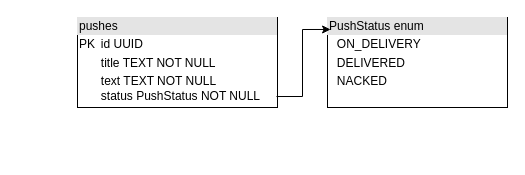
Earlier version of the draw.io diagram docs/diploma-schema.drawio (Arlet2/diploma). Source tidied: cells renumbered, new cells numbered last; positions are measured from the earlier drawing's top-left corner, leaving out a move shared by most shapes. Both pictures are drawn from the tidied source at 100%, with x=0, y=0 at pixel (77, 17).
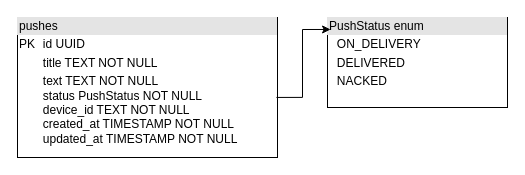
After the change.

Change to the diagram source:
```diff
@@
 <mxGraphModel>
   <root>
     <mxCell id="0" />
     <mxCell id="1" parent="0" />
-    <mxCell id="2" value="&lt;div style=&quot;box-sizing: border-box; width: 100%; background: rgb(228, 228, 228); padding: 2px;&quot;&gt;pushes&lt;/div&gt;&lt;table style=&quot;width:100%;font-size:1em;&quot; cellpadding=&quot;2&quot; cellspacing=&quot;0&quot;&gt;&lt;tbody&gt;&lt;tr&gt;&lt;td&gt;PK&lt;/td&gt;&lt;td&gt;id UUID&lt;/td&gt;&lt;/tr&gt;&lt;tr&gt;&lt;td&gt;&lt;br&gt;&lt;/td&gt;&lt;td&gt;title TEXT NOT NULL&lt;/td&gt;&lt;/tr&gt;&lt;tr&gt;&lt;td&gt;&lt;/td&gt;&lt;td&gt;text TEXT NOT NULL&lt;br&gt;status PushStatus NOT NULL&lt;/td&gt;&lt;/tr&gt;&lt;/tbody&gt;&lt;/table&gt;" style="verticalAlign=top;align=left;overflow=fill;html=1;whiteSpace=wrap;" parent="1" vertex="1">
-      <mxGeometry width="200" height="90" as="geometry" />
+    <mxCell id="2" value="&lt;div style=&quot;box-sizing: border-box; width: 100%; background: rgb(228, 228, 228); padding: 2px;&quot;&gt;pushes&lt;/div&gt;&lt;table style=&quot;width:100%;font-size:1em;&quot; cellpadding=&quot;2&quot; cellspacing=&quot;0&quot;&gt;&lt;tbody&gt;&lt;tr&gt;&lt;td&gt;PK&lt;/td&gt;&lt;td&gt;id UUID&lt;/td&gt;&lt;/tr&gt;&lt;tr&gt;&lt;td&gt;&lt;br&gt;&lt;/td&gt;&lt;td&gt;title TEXT NOT NULL&lt;/td&gt;&lt;/tr&gt;&lt;tr&gt;&lt;td&gt;&lt;/td&gt;&lt;td&gt;text TEXT NOT NULL&lt;br&gt;status PushStatus NOT NULL&lt;br&gt;device_id TEXT NOT NULL&lt;br&gt;created_at TIMESTAMP NOT NULL&lt;br&gt;updated_at TIMESTAMP NOT NULL&lt;/td&gt;&lt;/tr&gt;&lt;/tbody&gt;&lt;/table&gt;" style="verticalAlign=top;align=left;overflow=fill;html=1;whiteSpace=wrap;" parent="1" vertex="1">
+      <mxGeometry x="-60" width="260" height="140" as="geometry" />
     </mxCell>
     <mxCell id="3" value="&lt;div style=&quot;box-sizing: border-box; width: 100%; background: rgb(228, 228, 228); padding: 2px;&quot;&gt;PushStatus enum&lt;/div&gt;&lt;table style=&quot;width:100%;font-size:1em;&quot; cellpadding=&quot;2&quot; cellspacing=&quot;0&quot;&gt;&lt;tbody&gt;&lt;tr&gt;&lt;td&gt;&lt;br&gt;&lt;/td&gt;&lt;td&gt;ON_DELIVERY&lt;/td&gt;&lt;/tr&gt;&lt;tr&gt;&lt;td&gt;&lt;/td&gt;&lt;td&gt;DELIVERED&lt;/td&gt;&lt;/tr&gt;&lt;tr&gt;&lt;td&gt;&lt;/td&gt;&lt;td&gt;NACKED&lt;/td&gt;&lt;/tr&gt;&lt;/tbody&gt;&lt;/table&gt;" style="verticalAlign=top;align=left;overflow=fill;html=1;whiteSpace=wrap;" parent="1" vertex="1">
       <mxGeometry x="250" width="180" height="90" as="geometry" />
     </mxCell>
-    <mxCell id="4" style="edgeStyle=orthogonalEdgeStyle;rounded=0;jettySize=auto;html=1;entryX=0.017;entryY=0.133;entryDx=0;entryDy=0;entryPerimeter=0;exitX=0.995;exitY=0.878;exitDx=0;exitDy=0;exitPerimeter=0;" parent="1" edge="1" source="2" target="3">
+    <mxCell id="4" style="edgeStyle=orthogonalEdgeStyle;rounded=0;jettySize=auto;html=1;entryX=0.017;entryY=0.133;entryDx=0;entryDy=0;entryPerimeter=0;exitX=0.996;exitY=0.571;exitDx=0;exitDy=0;exitPerimeter=0;" parent="1" edge="1" source="2" target="3">
       <mxGeometry relative="1" as="geometry" />
     </mxCell>
   </root>
 </mxGraphModel>
```
